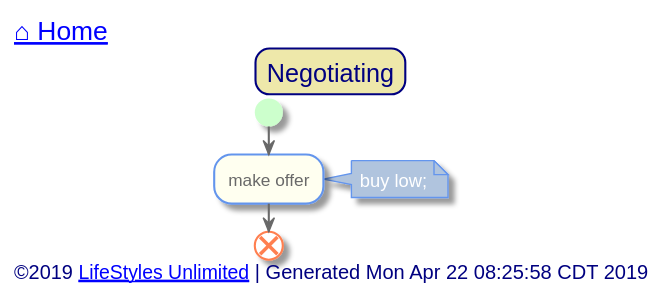
toddmo/lifestylesunlimited keeps this PlantUML diagram as out/src/single-family/negotiating.svg. Above is the earlier version.
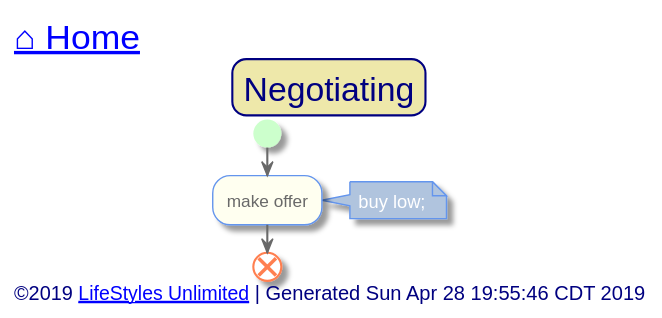
After the change.

What changed in the source:
```diff
@@ -11,11 +11,13 @@
   BackgroundColor PaleGoldenRod
   BorderColor Navy
   BorderRoundCorner 20
+  FontSize 24
 }
 
 skinparam activity {
   BackgroundColor Ivory
   BorderColor CornflowerBlue
+  BorderThickness 1
   FontColor DimGray
 
 
@@ -73,7 +75,7 @@
 
 
 left header
-	<font color=Navy size=18>[[../index.svg ⌂ Home]]</font>
+	<font color=Navy size=24>[[../index.svg ⌂ Home]]</font>
 endheader
 
 
@@ -87,7 +89,7 @@
 
 
 left footer
-	<font size=14>©2019 [[http://www.lifestylesunlimited.com LifeStyles Unlimited]] | Generated Mon Apr 22 08:25:58 CDT 2019</font>
+	<font size=14>©2019 [[http://www.lifestylesunlimited.com LifeStyles Unlimited]] | Generated Sun Apr 28 19:55:46 CDT 2019</font>
 endfooter
 
 
```
